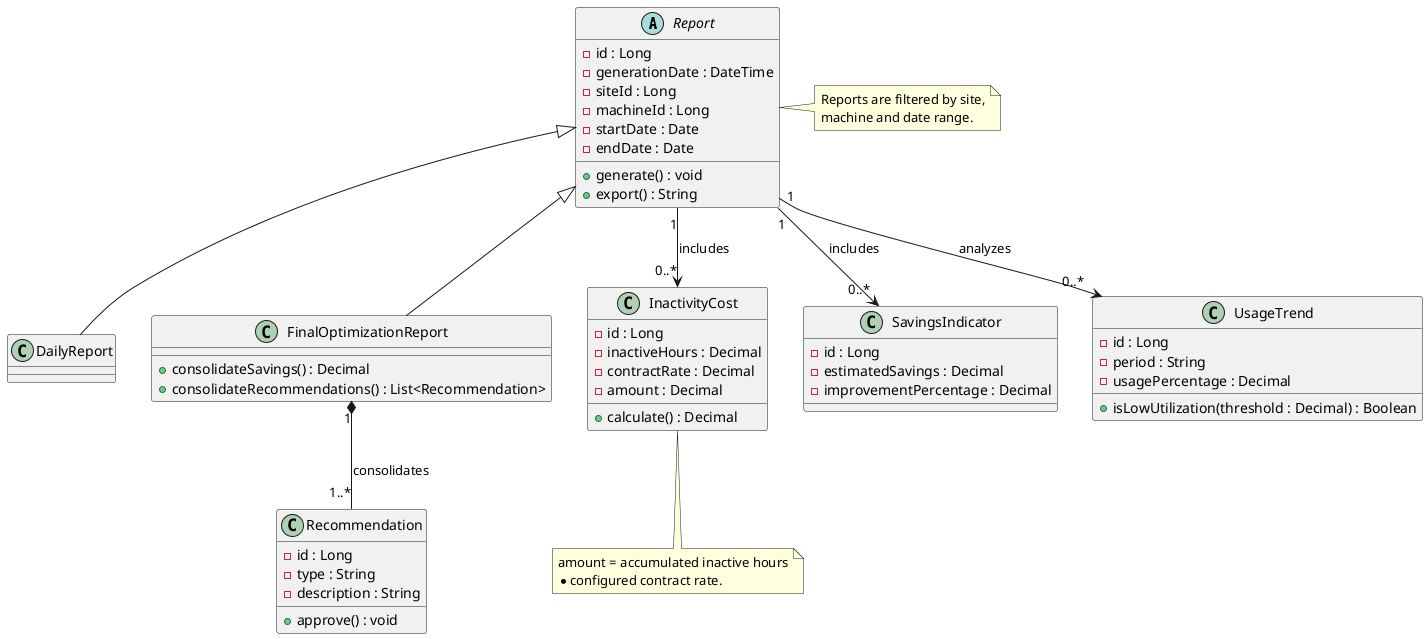
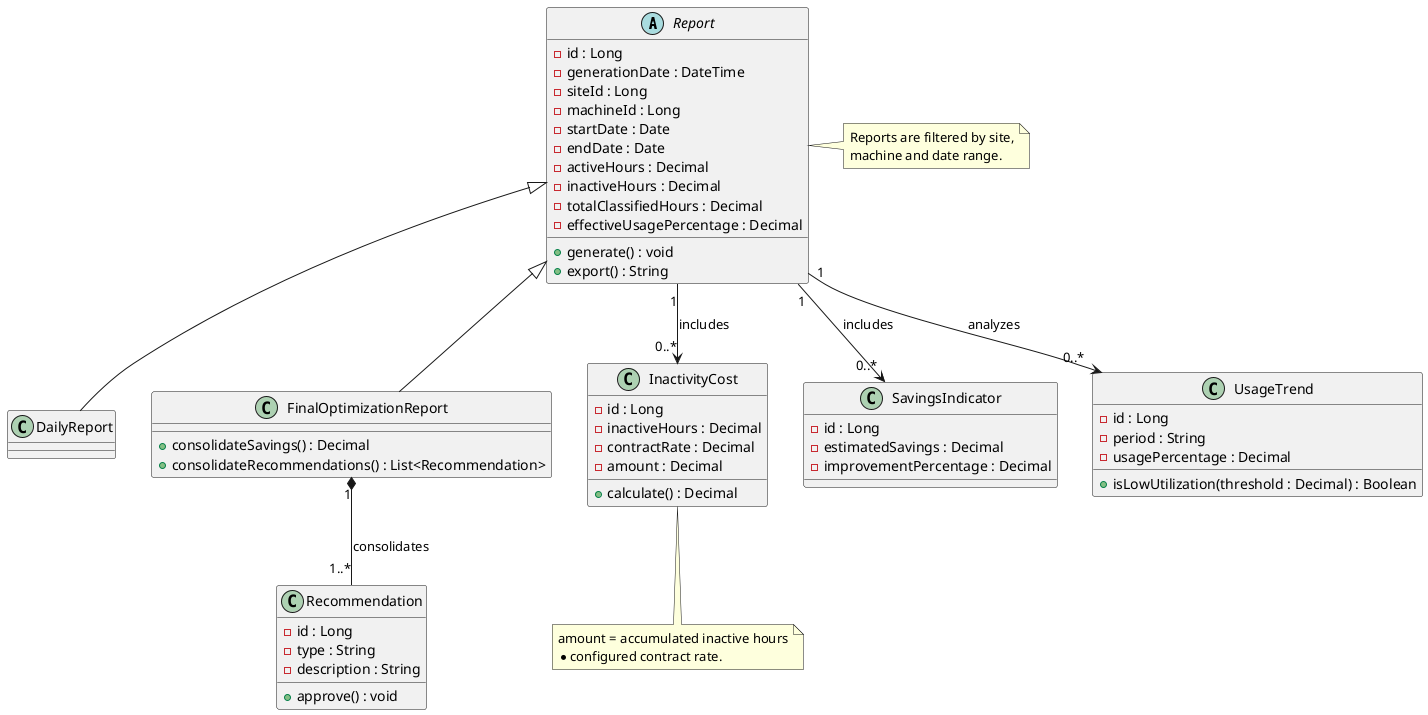
@startuml "Class: Reports, Costs and Optimization"

abstract class Report {
  - id : Long
  - generationDate : DateTime
  - siteId : Long
  - machineId : Long
  - startDate : Date
  - endDate : Date
+   - activeHours : Decimal
+   - inactiveHours : Decimal
+   - totalClassifiedHours : Decimal
+   - effectiveUsagePercentage : Decimal
  + generate() : void
  + export() : String
}

class DailyReport
class FinalOptimizationReport {
  + consolidateSavings() : Decimal
  + consolidateRecommendations() : List<Recommendation>
}

class InactivityCost {
  - id : Long
  - inactiveHours : Decimal
  - contractRate : Decimal
  - amount : Decimal
  + calculate() : Decimal
}

class SavingsIndicator {
  - id : Long
  - estimatedSavings : Decimal
  - improvementPercentage : Decimal
}

class UsageTrend {
  - id : Long
  - period : String
  - usagePercentage : Decimal
  + isLowUtilization(threshold : Decimal) : Boolean
}

class Recommendation {
  - id : Long
  - type : String
  - description : String
  + approve() : void
}

Report <|-- DailyReport
Report <|-- FinalOptimizationReport
Report "1" --> "0..*" InactivityCost : includes
Report "1" --> "0..*" SavingsIndicator : includes
Report "1" --> "0..*" UsageTrend : analyzes
FinalOptimizationReport "1" *-- "1..*" Recommendation : consolidates

note right of Report
  Reports are filtered by site,
  machine and date range.
end note

note bottom of InactivityCost
  amount = accumulated inactive hours
  * configured contract rate.
end note
@enduml
